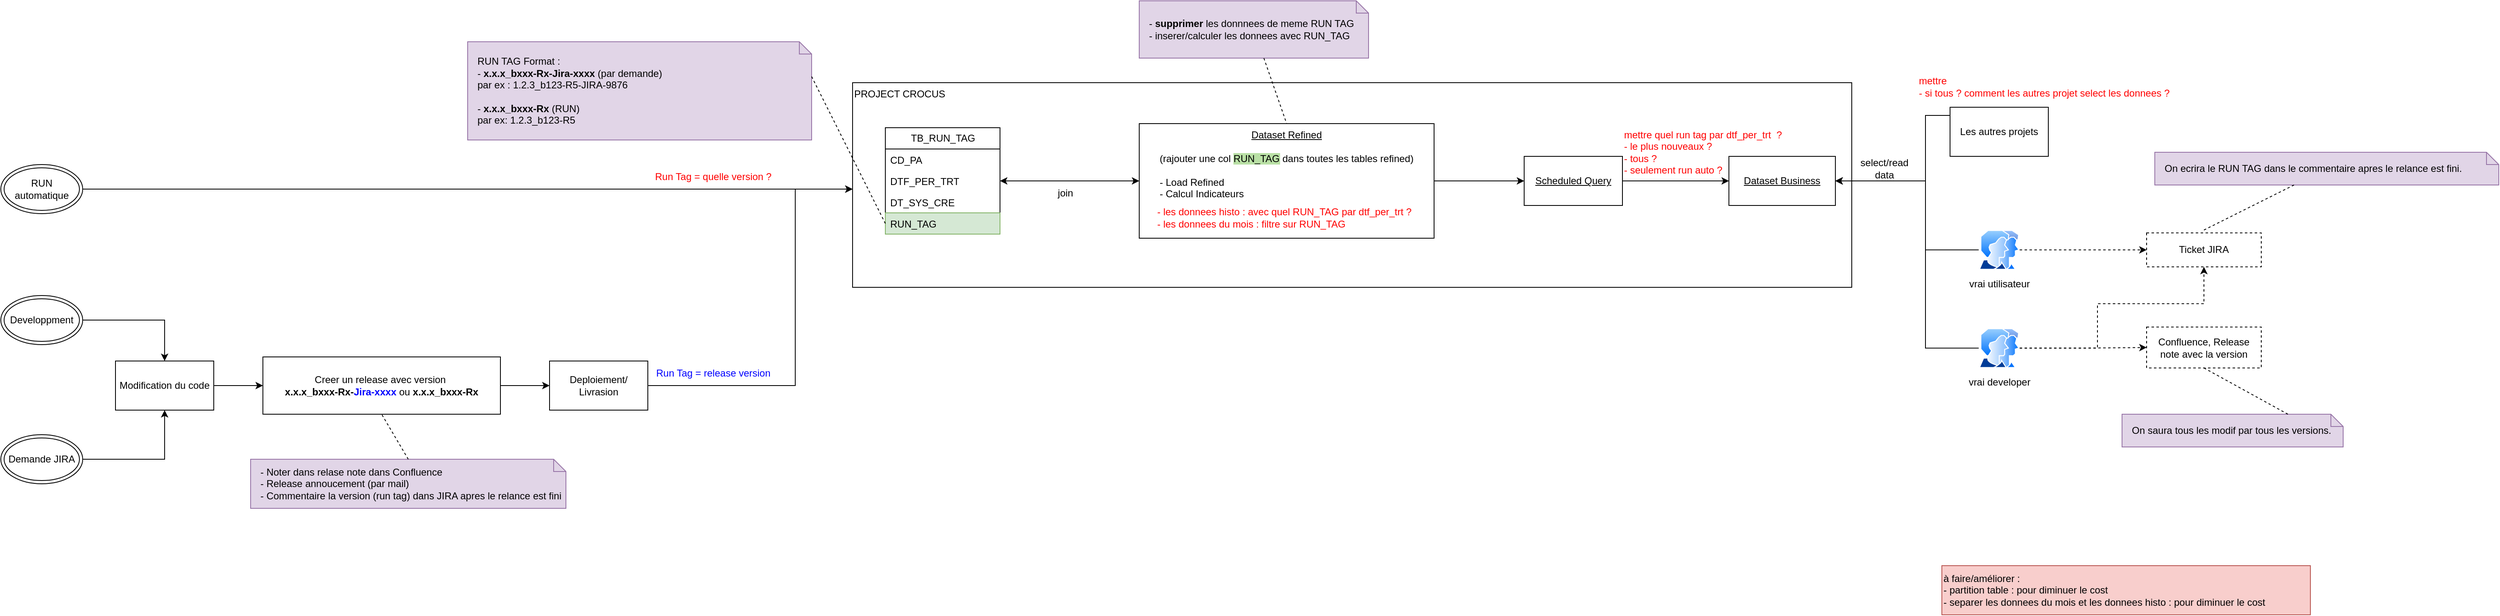
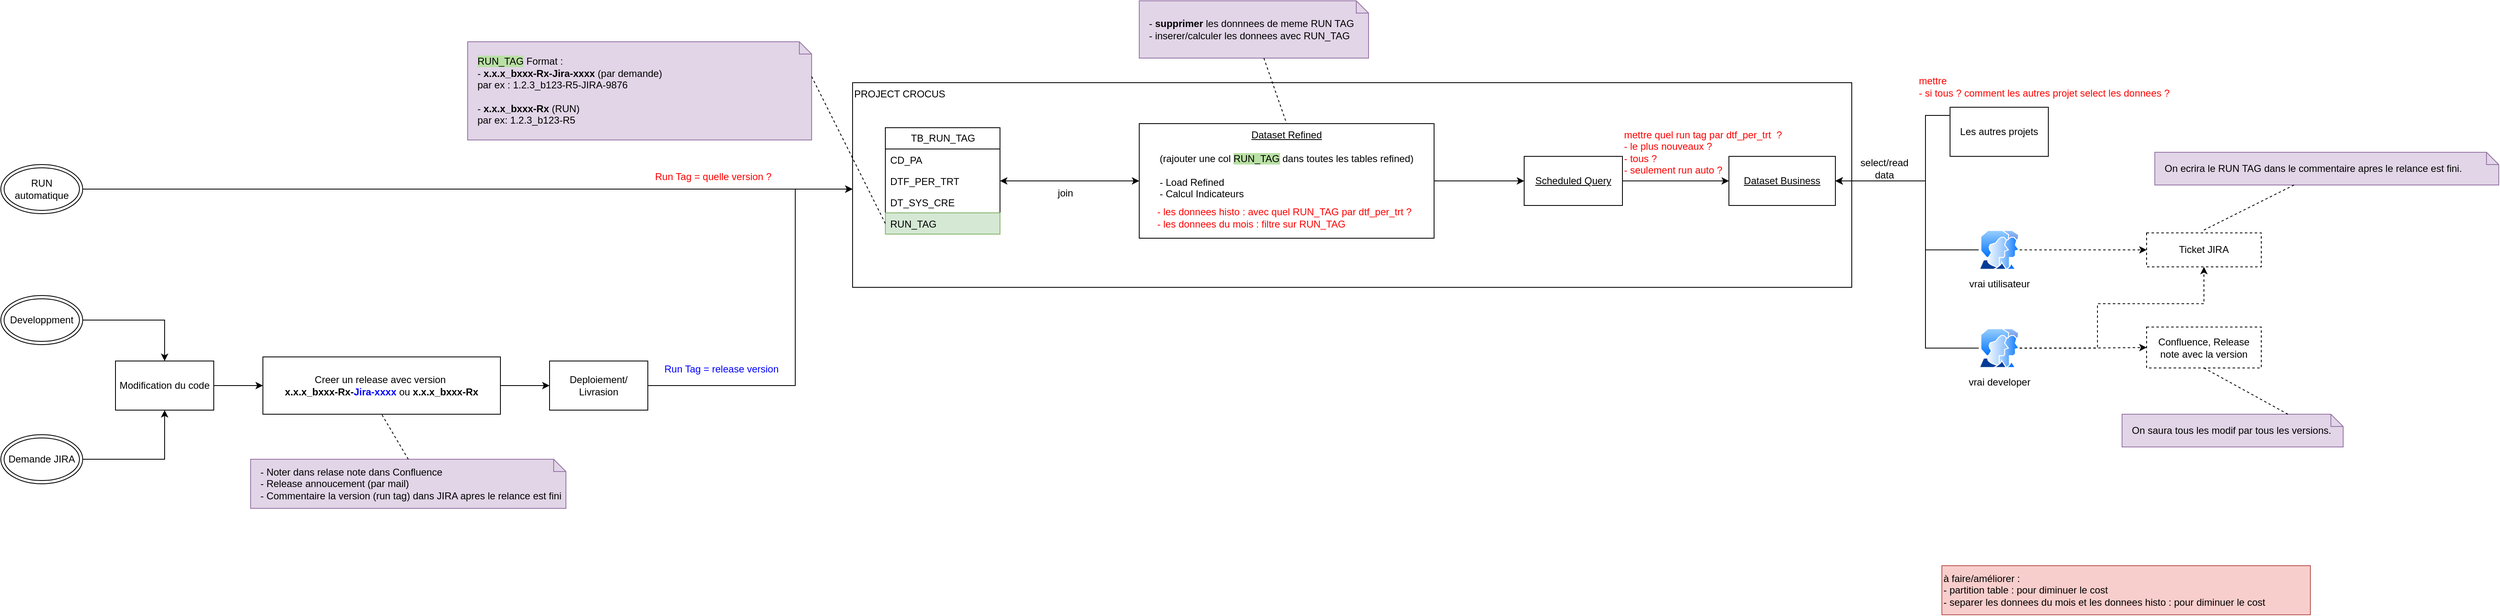
<mxfile host="app.diagrams.net">
  <diagram name="Page-1" id="bEAYSmEDHXBXhFzCy1HB">
    <mxGraphModel dx="2873" dy="1106" grid="1" gridSize="10" guides="1" tooltips="1" connect="1" arrows="1" fold="1" page="1" pageScale="1" pageWidth="827" pageHeight="1169" math="0" shadow="0">
      <root>
        <mxCell id="0" />
        <mxCell id="1" parent="0" />
        <mxCell id="QUzsFoNl6aFI_2ed8XXq-13" parent="1" style="rounded=0;whiteSpace=wrap;html=1;align=left;verticalAlign=top;" value="PROJECT CROCUS" vertex="1">
          <mxGeometry height="250" width="1220" x="380" y="140" as="geometry" />
        </mxCell>
        <mxCell id="QUzsFoNl6aFI_2ed8XXq-1" parent="1" style="swimlane;fontStyle=0;childLayout=stackLayout;horizontal=1;startSize=26;fillColor=none;horizontalStack=0;resizeParent=1;resizeParentMax=0;resizeLast=0;collapsible=1;marginBottom=0;html=1;" value="TB_RUN_TAG" vertex="1">
          <mxGeometry height="130" width="140" x="420" y="195" as="geometry" />
        </mxCell>
        <mxCell id="QUzsFoNl6aFI_2ed8XXq-2" parent="QUzsFoNl6aFI_2ed8XXq-1" style="text;strokeColor=none;fillColor=none;align=left;verticalAlign=top;spacingLeft=4;spacingRight=4;overflow=hidden;rotatable=0;points=[[0,0.5],[1,0.5]];portConstraint=eastwest;whiteSpace=wrap;html=1;" value="CD_PA" vertex="1">
          <mxGeometry height="26" width="140" y="26" as="geometry" />
        </mxCell>
        <mxCell id="QUzsFoNl6aFI_2ed8XXq-3" parent="QUzsFoNl6aFI_2ed8XXq-1" style="text;strokeColor=none;fillColor=none;align=left;verticalAlign=top;spacingLeft=4;spacingRight=4;overflow=hidden;rotatable=0;points=[[0,0.5],[1,0.5]];portConstraint=eastwest;whiteSpace=wrap;html=1;" value="DTF_PER_TRT" vertex="1">
          <mxGeometry height="26" width="140" y="52" as="geometry" />
        </mxCell>
        <mxCell id="QUzsFoNl6aFI_2ed8XXq-4" parent="QUzsFoNl6aFI_2ed8XXq-1" style="text;strokeColor=none;fillColor=none;align=left;verticalAlign=top;spacingLeft=4;spacingRight=4;overflow=hidden;rotatable=0;points=[[0,0.5],[1,0.5]];portConstraint=eastwest;whiteSpace=wrap;html=1;" value="DT_SYS_CRE" vertex="1">
          <mxGeometry height="26" width="140" y="78" as="geometry" />
        </mxCell>
        <mxCell id="QUzsFoNl6aFI_2ed8XXq-5" parent="QUzsFoNl6aFI_2ed8XXq-1" style="text;strokeColor=#82b366;fillColor=#d5e8d4;align=left;verticalAlign=top;spacingLeft=4;spacingRight=4;overflow=hidden;rotatable=0;points=[[0,0.5],[1,0.5]];portConstraint=eastwest;whiteSpace=wrap;html=1;" value="RUN_TAG" vertex="1">
          <mxGeometry height="26" width="140" y="104" as="geometry" />
        </mxCell>
-         <mxCell id="QUzsFoNl6aFI_2ed8XXq-7" parent="1" style="shape=note;size=15;align=left;spacingLeft=10;html=1;whiteSpace=wrap;fillColor=#e1d5e7;strokeColor=#9673a6;" value="RUN TAG Format :&amp;nbsp;&lt;div&gt;- &lt;b&gt;x.x.x_bxxx-Rx-Jira-xxxx&lt;/b&gt; (par demande)&amp;nbsp;&lt;/div&gt;&lt;div&gt;par ex : 1.2.3_b123-R5-JIRA-9876&lt;/div&gt;&lt;div&gt;&lt;br&gt;&lt;/div&gt;&lt;div&gt;-&lt;b&gt; x.x.x_bxxx-Rx&lt;/b&gt; (RUN)&lt;/div&gt;&lt;div&gt;&lt;span style=&quot;background-color: transparent; color: light-dark(rgb(0, 0, 0), rgb(255, 255, 255));&quot;&gt;par ex: 1.2.3_b123-R5&lt;/span&gt;&lt;/div&gt;" vertex="1">
+         <mxCell id="QUzsFoNl6aFI_2ed8XXq-7" parent="1" style="shape=note;size=15;align=left;spacingLeft=10;html=1;whiteSpace=wrap;fillColor=#e1d5e7;strokeColor=#9673a6;" value="&lt;span style=&quot;background-color: rgb(185, 224, 165);&quot;&gt;RUN_TAG&lt;/span&gt; Format :&amp;nbsp;&lt;div&gt;- &lt;b&gt;x.x.x_bxxx-Rx-Jira-xxxx&lt;/b&gt; (par demande)&amp;nbsp;&lt;/div&gt;&lt;div&gt;par ex : 1.2.3_b123-R5-JIRA-9876&lt;/div&gt;&lt;div&gt;&lt;br&gt;&lt;/div&gt;&lt;div&gt;-&lt;b&gt; x.x.x_bxxx-Rx&lt;/b&gt; (RUN)&lt;/div&gt;&lt;div&gt;&lt;span style=&quot;background-color: transparent; color: light-dark(rgb(0, 0, 0), rgb(255, 255, 255));&quot;&gt;par ex: 1.2.3_b123-R5&lt;/span&gt;&lt;/div&gt;" vertex="1">
          <mxGeometry height="120" width="420" x="-90" y="90" as="geometry" />
        </mxCell>
        <mxCell id="QUzsFoNl6aFI_2ed8XXq-8" edge="1" parent="1" source="QUzsFoNl6aFI_2ed8XXq-7" style="edgeStyle=none;endArrow=none;exitX=0;exitY=0;dashed=1;html=1;rounded=0;entryX=0;entryY=0.5;entryDx=0;entryDy=0;exitDx=420;exitDy=42.5;exitPerimeter=0;" target="QUzsFoNl6aFI_2ed8XXq-5" value="">
          <mxGeometry relative="1" x="1" as="geometry">
            <mxPoint x="590" y="660" as="targetPoint" />
          </mxGeometry>
        </mxCell>
        <mxCell id="QUzsFoNl6aFI_2ed8XXq-10" parent="1" style="rounded=0;whiteSpace=wrap;html=1;dashed=1;" value="Confluence, Release note avec la v&lt;span style=&quot;background-color: transparent; color: light-dark(rgb(0, 0, 0), rgb(255, 255, 255));&quot;&gt;ersion&lt;/span&gt;" vertex="1">
          <mxGeometry height="50" width="140" x="1960" y="438.5" as="geometry" />
        </mxCell>
        <mxCell id="QUzsFoNl6aFI_2ed8XXq-11" parent="1" style="rounded=0;whiteSpace=wrap;html=1;dashed=1;" value="Ticket JIRA" vertex="1">
          <mxGeometry height="41.5" width="140" x="1960" y="323.5" as="geometry" />
        </mxCell>
        <mxCell id="QUzsFoNl6aFI_2ed8XXq-42" edge="1" parent="1" source="QUzsFoNl6aFI_2ed8XXq-12" style="edgeStyle=orthogonalEdgeStyle;rounded=0;orthogonalLoop=1;jettySize=auto;html=1;entryX=1;entryY=0.5;entryDx=0;entryDy=0;startArrow=classic;startFill=1;" target="QUzsFoNl6aFI_2ed8XXq-3">
          <mxGeometry relative="1" as="geometry" />
        </mxCell>
        <mxCell id="QUzsFoNl6aFI_2ed8XXq-50" edge="1" parent="1" source="QUzsFoNl6aFI_2ed8XXq-12" style="edgeStyle=orthogonalEdgeStyle;rounded=0;orthogonalLoop=1;jettySize=auto;html=1;" target="QUzsFoNl6aFI_2ed8XXq-46">
          <mxGeometry relative="1" as="geometry">
            <Array as="points" />
          </mxGeometry>
        </mxCell>
        <mxCell id="QUzsFoNl6aFI_2ed8XXq-12" parent="1" style="rounded=0;whiteSpace=wrap;html=1;verticalAlign=top;" value="&lt;u&gt;Dataset Refined&lt;/u&gt;&lt;div&gt;&lt;u&gt;&lt;br&gt;&lt;/u&gt;&lt;div&gt;(rajouter une col &lt;span style=&quot;background-color: rgb(185, 224, 165);&quot;&gt;RUN_TAG&lt;/span&gt;&lt;span&gt; &lt;/span&gt;dans toutes les tables refined)&lt;/div&gt;&lt;div&gt;&lt;br&gt;&lt;/div&gt;&lt;div style=&quot;text-align: left;&quot;&gt;- Load Refined&amp;nbsp; &amp;nbsp; &amp;nbsp; &amp;nbsp;&lt;/div&gt;&lt;div style=&quot;text-align: left;&quot;&gt;- Calcul Indicateurs&lt;/div&gt;&lt;/div&gt;" vertex="1">
          <mxGeometry height="140" width="360" x="730" y="190" as="geometry" />
        </mxCell>
        <mxCell id="QUzsFoNl6aFI_2ed8XXq-27" edge="1" parent="1" source="QUzsFoNl6aFI_2ed8XXq-33" style="edgeStyle=orthogonalEdgeStyle;rounded=0;orthogonalLoop=1;jettySize=auto;html=1;entryX=0.5;entryY=0;entryDx=0;entryDy=0;" target="QUzsFoNl6aFI_2ed8XXq-23">
          <mxGeometry relative="1" as="geometry">
            <mxPoint x="-760" y="325" as="sourcePoint" />
          </mxGeometry>
        </mxCell>
        <mxCell id="QUzsFoNl6aFI_2ed8XXq-29" edge="1" parent="1" source="QUzsFoNl6aFI_2ed8XXq-34" style="edgeStyle=orthogonalEdgeStyle;rounded=0;orthogonalLoop=1;jettySize=auto;html=1;entryX=0.5;entryY=1;entryDx=0;entryDy=0;" target="QUzsFoNl6aFI_2ed8XXq-23">
          <mxGeometry relative="1" as="geometry">
            <mxPoint x="-820" y="785" as="sourcePoint" />
          </mxGeometry>
        </mxCell>
        <mxCell id="QUzsFoNl6aFI_2ed8XXq-19" parent="1" style="text;html=1;whiteSpace=wrap;strokeColor=none;fillColor=none;align=center;verticalAlign=middle;rounded=0;fontColor=#0000FF;" value="&lt;font style=&quot;color: rgb(255, 0, 0);&quot;&gt;Run Tag = quelle version ?&lt;/font&gt;" vertex="1">
          <mxGeometry height="30" width="200" x="110" y="240" as="geometry" />
        </mxCell>
        <mxCell id="QUzsFoNl6aFI_2ed8XXq-28" edge="1" parent="1" source="QUzsFoNl6aFI_2ed8XXq-23" style="edgeStyle=orthogonalEdgeStyle;rounded=0;orthogonalLoop=1;jettySize=auto;html=1;" target="QUzsFoNl6aFI_2ed8XXq-25">
          <mxGeometry relative="1" as="geometry" />
        </mxCell>
        <mxCell id="QUzsFoNl6aFI_2ed8XXq-23" parent="1" style="rounded=0;whiteSpace=wrap;html=1;" value="Modification du code" vertex="1">
          <mxGeometry height="60" width="120" x="-520" y="480" as="geometry" />
        </mxCell>
        <mxCell id="QUzsFoNl6aFI_2ed8XXq-31" edge="1" parent="1" source="QUzsFoNl6aFI_2ed8XXq-24" style="edgeStyle=orthogonalEdgeStyle;rounded=0;orthogonalLoop=1;jettySize=auto;html=1;" target="QUzsFoNl6aFI_2ed8XXq-13">
          <mxGeometry relative="1" as="geometry">
            <Array as="points">
              <mxPoint x="310" y="510" />
              <mxPoint x="310" y="270" />
            </Array>
          </mxGeometry>
        </mxCell>
        <mxCell id="QUzsFoNl6aFI_2ed8XXq-24" parent="1" style="rounded=0;whiteSpace=wrap;html=1;" value="Deploiement/ Livrasion" vertex="1">
          <mxGeometry height="60" width="120" x="10" y="480" as="geometry" />
        </mxCell>
        <mxCell id="QUzsFoNl6aFI_2ed8XXq-30" edge="1" parent="1" source="QUzsFoNl6aFI_2ed8XXq-25" style="edgeStyle=orthogonalEdgeStyle;rounded=0;orthogonalLoop=1;jettySize=auto;html=1;entryX=0;entryY=0.5;entryDx=0;entryDy=0;" target="QUzsFoNl6aFI_2ed8XXq-24">
          <mxGeometry relative="1" as="geometry" />
        </mxCell>
        <mxCell id="QUzsFoNl6aFI_2ed8XXq-25" parent="1" style="rounded=0;whiteSpace=wrap;html=1;" value="Creer un release avec version&amp;nbsp;&lt;div&gt;&lt;span style=&quot;text-align: left;&quot;&gt;&lt;b&gt;x.x.x_bxxx-Rx-&lt;font style=&quot;color: rgb(0, 0, 255);&quot;&gt;Jira-xxxx&lt;/font&gt;&lt;/b&gt; ou&amp;nbsp;&lt;/span&gt;&lt;span style=&quot;text-align: left;&quot;&gt;&lt;b&gt;x.x.x_bxxx-Rx&lt;/b&gt;&lt;/span&gt;&lt;/div&gt;" vertex="1">
          <mxGeometry height="70" width="290" x="-340" y="475" as="geometry" />
        </mxCell>
        <mxCell id="QUzsFoNl6aFI_2ed8XXq-33" parent="1" style="ellipse;shape=doubleEllipse;whiteSpace=wrap;html=1;" value="Developpment" vertex="1">
          <mxGeometry height="60" width="100" x="-660" y="400" as="geometry" />
        </mxCell>
        <mxCell id="QUzsFoNl6aFI_2ed8XXq-34" parent="1" style="ellipse;shape=doubleEllipse;whiteSpace=wrap;html=1;" value="Demande JIRA" vertex="1">
          <mxGeometry height="60" width="100" x="-660" y="570" as="geometry" />
        </mxCell>
        <mxCell id="QUzsFoNl6aFI_2ed8XXq-36" edge="1" parent="1" source="QUzsFoNl6aFI_2ed8XXq-35" style="edgeStyle=orthogonalEdgeStyle;rounded=0;orthogonalLoop=1;jettySize=auto;html=1;" target="QUzsFoNl6aFI_2ed8XXq-13">
          <mxGeometry relative="1" as="geometry">
            <Array as="points">
              <mxPoint x="40" y="270" />
              <mxPoint x="40" y="270" />
            </Array>
          </mxGeometry>
        </mxCell>
        <mxCell id="QUzsFoNl6aFI_2ed8XXq-35" parent="1" style="ellipse;shape=doubleEllipse;whiteSpace=wrap;html=1;" value="RUN automatique" vertex="1">
          <mxGeometry height="60" width="100" x="-660" y="240" as="geometry" />
        </mxCell>
        <mxCell id="QUzsFoNl6aFI_2ed8XXq-37" parent="1" style="text;html=1;whiteSpace=wrap;strokeColor=none;fillColor=none;align=center;verticalAlign=middle;rounded=0;fontColor=#0000FF;" value="Run Tag = release version" vertex="1">
-           <mxGeometry height="30" width="200" x="110" y="480" as="geometry" />
+           <mxGeometry height="30" width="200" x="120" y="475" as="geometry" />
        </mxCell>
        <mxCell id="QUzsFoNl6aFI_2ed8XXq-38" parent="1" style="shape=note;size=15;align=left;spacingLeft=10;html=1;whiteSpace=wrap;fillColor=#e1d5e7;strokeColor=#9673a6;" value="- Noter dans relase note dans Confluence&lt;div&gt;- Release annoucement (par mail)&lt;/div&gt;&lt;div&gt;- Commentaire la version (run tag) dans JIRA apres le relance est fini&lt;/div&gt;" vertex="1">
          <mxGeometry height="60" width="385" x="-355" y="600" as="geometry" />
        </mxCell>
        <mxCell id="QUzsFoNl6aFI_2ed8XXq-39" edge="1" parent="1" source="QUzsFoNl6aFI_2ed8XXq-38" style="edgeStyle=none;endArrow=none;exitX=0.5;exitY=0;dashed=1;html=1;rounded=0;entryX=0.5;entryY=1;entryDx=0;entryDy=0;exitDx=0;exitDy=0;exitPerimeter=0;" target="QUzsFoNl6aFI_2ed8XXq-25" value="">
          <mxGeometry relative="1" x="1" as="geometry">
            <mxPoint x="710" y="660" as="sourcePoint" />
            <mxPoint x="762" y="510" as="targetPoint" />
          </mxGeometry>
        </mxCell>
        <mxCell id="QUzsFoNl6aFI_2ed8XXq-40" parent="1" style="shape=note;size=15;align=left;spacingLeft=10;html=1;whiteSpace=wrap;fillColor=#e1d5e7;strokeColor=#9673a6;" value="- &lt;b&gt;supprimer &lt;/b&gt;les donnnees de meme RUN TAG&lt;div&gt;- inserer/calculer les donnees avec RUN_TAG&lt;/div&gt;" vertex="1">
          <mxGeometry height="70" width="280" x="730" y="40" as="geometry" />
        </mxCell>
        <mxCell id="QUzsFoNl6aFI_2ed8XXq-41" edge="1" parent="1" source="QUzsFoNl6aFI_2ed8XXq-40" style="edgeStyle=none;endArrow=none;dashed=1;html=1;rounded=0;entryX=0.5;entryY=0;entryDx=0;entryDy=0;" target="QUzsFoNl6aFI_2ed8XXq-12" value="">
          <mxGeometry relative="1" x="1" as="geometry">
            <mxPoint x="720" y="650" as="sourcePoint" />
            <mxPoint x="772" y="500" as="targetPoint" />
          </mxGeometry>
        </mxCell>
        <mxCell id="QUzsFoNl6aFI_2ed8XXq-43" parent="1" style="text;html=1;whiteSpace=wrap;strokeColor=none;fillColor=none;align=left;verticalAlign=middle;rounded=0;" value="&lt;font style=&quot;color: rgb(255, 0, 0);&quot;&gt;- les donnees histo : avec quel RUN_TAG par dtf_per_trt ?&lt;/font&gt;&lt;div&gt;&lt;font style=&quot;color: rgb(255, 0, 0);&quot;&gt;- les donnees du mois : f&lt;/font&gt;&lt;span style=&quot;color: light-dark(rgb(255, 0, 0), rgb(255, 144, 144)); background-color: transparent;&quot;&gt;iltre sur RUN_TAG&lt;/span&gt;&lt;/div&gt;" vertex="1">
          <mxGeometry height="30" width="330" x="750" y="290" as="geometry" />
        </mxCell>
        <mxCell id="QUzsFoNl6aFI_2ed8XXq-45" parent="1" style="rounded=0;whiteSpace=wrap;html=1;" value="&lt;u&gt;Dataset Business&lt;/u&gt;" vertex="1">
          <mxGeometry height="60" width="130" x="1450" y="230" as="geometry" />
        </mxCell>
        <mxCell id="QUzsFoNl6aFI_2ed8XXq-48" edge="1" parent="1" source="QUzsFoNl6aFI_2ed8XXq-46" style="edgeStyle=orthogonalEdgeStyle;rounded=0;orthogonalLoop=1;jettySize=auto;html=1;" target="QUzsFoNl6aFI_2ed8XXq-45">
          <mxGeometry relative="1" as="geometry" />
        </mxCell>
        <mxCell id="QUzsFoNl6aFI_2ed8XXq-46" parent="1" style="rounded=0;whiteSpace=wrap;html=1;" value="&lt;u&gt;Scheduled Query&lt;/u&gt;" vertex="1">
          <mxGeometry height="60" width="120" x="1200" y="230" as="geometry" />
        </mxCell>
        <mxCell id="QUzsFoNl6aFI_2ed8XXq-51" parent="1" style="text;html=1;whiteSpace=wrap;strokeColor=none;fillColor=none;align=left;verticalAlign=middle;rounded=0;fontColor=#FF0000;" value="mettre quel run tag par dtf_per_trt&amp;nbsp;&amp;nbsp;?&amp;nbsp;&lt;div&gt;- le plus nouveaux ?&lt;/div&gt;&lt;div&gt;- tous ?&lt;/div&gt;&lt;div&gt;- seulement run auto ?&lt;/div&gt;" vertex="1">
          <mxGeometry height="30" width="370" x="1320" y="210" as="geometry" />
        </mxCell>
        <mxCell id="QUzsFoNl6aFI_2ed8XXq-59" edge="1" parent="1" source="QUzsFoNl6aFI_2ed8XXq-52" style="edgeStyle=orthogonalEdgeStyle;rounded=0;orthogonalLoop=1;jettySize=auto;html=1;entryX=1;entryY=0.5;entryDx=0;entryDy=0;" target="QUzsFoNl6aFI_2ed8XXq-45">
          <mxGeometry relative="1" as="geometry">
            <Array as="points">
              <mxPoint x="1690" y="180" />
              <mxPoint x="1690" y="260" />
            </Array>
          </mxGeometry>
        </mxCell>
        <mxCell id="QUzsFoNl6aFI_2ed8XXq-52" parent="1" style="rounded=0;whiteSpace=wrap;html=1;" value="Les autres projets" vertex="1">
          <mxGeometry height="60" width="120" x="1720" y="170" as="geometry" />
        </mxCell>
        <mxCell id="QUzsFoNl6aFI_2ed8XXq-58" edge="1" parent="1" source="QUzsFoNl6aFI_2ed8XXq-57" style="edgeStyle=orthogonalEdgeStyle;rounded=0;orthogonalLoop=1;jettySize=auto;html=1;entryX=1;entryY=0.5;entryDx=0;entryDy=0;" target="QUzsFoNl6aFI_2ed8XXq-45">
          <mxGeometry relative="1" as="geometry">
            <Array as="points">
              <mxPoint x="1690" y="344" />
              <mxPoint x="1690" y="260" />
            </Array>
          </mxGeometry>
        </mxCell>
        <mxCell id="QUzsFoNl6aFI_2ed8XXq-65" edge="1" parent="1" source="QUzsFoNl6aFI_2ed8XXq-57" style="edgeStyle=orthogonalEdgeStyle;rounded=0;orthogonalLoop=1;jettySize=auto;html=1;dashed=1;" target="QUzsFoNl6aFI_2ed8XXq-11">
          <mxGeometry relative="1" as="geometry" />
        </mxCell>
        <mxCell id="QUzsFoNl6aFI_2ed8XXq-57" parent="1" style="image;aspect=fixed;perimeter=ellipsePerimeter;html=1;align=center;shadow=0;dashed=0;spacingTop=3;image=img/lib/active_directory/user_accounts.svg;" value="vrai utilisateur" vertex="1">
          <mxGeometry height="48.5" width="50" x="1755" y="320" as="geometry" />
        </mxCell>
        <mxCell id="QUzsFoNl6aFI_2ed8XXq-60" parent="1" style="text;html=1;whiteSpace=wrap;strokeColor=none;fillColor=none;align=center;verticalAlign=middle;rounded=0;" value="select/read data" vertex="1">
          <mxGeometry height="30" width="60" x="1610" y="230" as="geometry" />
        </mxCell>
        <mxCell id="QUzsFoNl6aFI_2ed8XXq-63" edge="1" parent="1" source="QUzsFoNl6aFI_2ed8XXq-62" style="edgeStyle=orthogonalEdgeStyle;rounded=0;orthogonalLoop=1;jettySize=auto;html=1;entryX=1;entryY=0.5;entryDx=0;entryDy=0;" target="QUzsFoNl6aFI_2ed8XXq-45">
          <mxGeometry relative="1" as="geometry">
            <Array as="points">
              <mxPoint x="1690" y="464" />
              <mxPoint x="1690" y="260" />
            </Array>
          </mxGeometry>
        </mxCell>
        <mxCell id="QUzsFoNl6aFI_2ed8XXq-66" edge="1" parent="1" source="QUzsFoNl6aFI_2ed8XXq-62" style="edgeStyle=orthogonalEdgeStyle;rounded=0;orthogonalLoop=1;jettySize=auto;html=1;dashed=1;" target="QUzsFoNl6aFI_2ed8XXq-10">
          <mxGeometry relative="1" as="geometry" />
        </mxCell>
        <mxCell id="QUzsFoNl6aFI_2ed8XXq-68" edge="1" parent="1" source="QUzsFoNl6aFI_2ed8XXq-62" style="edgeStyle=orthogonalEdgeStyle;rounded=0;orthogonalLoop=1;jettySize=auto;html=1;entryX=0.5;entryY=1;entryDx=0;entryDy=0;dashed=1;" target="QUzsFoNl6aFI_2ed8XXq-11">
          <mxGeometry relative="1" as="geometry">
            <Array as="points">
              <mxPoint x="1900" y="464" />
              <mxPoint x="1900" y="410" />
              <mxPoint x="2030" y="410" />
            </Array>
          </mxGeometry>
        </mxCell>
        <mxCell id="QUzsFoNl6aFI_2ed8XXq-62" parent="1" style="image;aspect=fixed;perimeter=ellipsePerimeter;html=1;align=center;shadow=0;dashed=0;spacingTop=3;image=img/lib/active_directory/user_accounts.svg;" value="vrai developer" vertex="1">
          <mxGeometry height="48.5" width="50" x="1755" y="440" as="geometry" />
        </mxCell>
        <mxCell id="QUzsFoNl6aFI_2ed8XXq-69" parent="1" style="shape=note;size=15;align=left;spacingLeft=10;html=1;whiteSpace=wrap;fillColor=#e1d5e7;strokeColor=#9673a6;" value="On ecrira le RUN TAG dans le commentaire apres le relance est fini." vertex="1">
          <mxGeometry height="40" width="420" x="1970" y="225" as="geometry" />
        </mxCell>
        <mxCell id="QUzsFoNl6aFI_2ed8XXq-70" edge="1" parent="1" source="QUzsFoNl6aFI_2ed8XXq-69" style="edgeStyle=none;endArrow=none;dashed=1;html=1;rounded=0;" value="">
          <mxGeometry relative="1" x="1" as="geometry">
            <mxPoint x="970" y="210" as="sourcePoint" />
            <mxPoint x="2030" y="320" as="targetPoint" />
          </mxGeometry>
        </mxCell>
        <mxCell id="QUzsFoNl6aFI_2ed8XXq-71" parent="1" style="shape=note;size=15;align=left;spacingLeft=10;html=1;whiteSpace=wrap;fillColor=#e1d5e7;strokeColor=#9673a6;" value="On saura tous les modif par tous les versions." vertex="1">
          <mxGeometry height="40" width="270" x="1930" y="545" as="geometry" />
        </mxCell>
        <mxCell id="QUzsFoNl6aFI_2ed8XXq-72" edge="1" parent="1" source="QUzsFoNl6aFI_2ed8XXq-71" style="edgeStyle=none;endArrow=none;dashed=1;html=1;rounded=0;entryX=0.5;entryY=1;entryDx=0;entryDy=0;exitX=0;exitY=0;exitDx=202.5;exitDy=0;exitPerimeter=0;" target="QUzsFoNl6aFI_2ed8XXq-10" value="">
          <mxGeometry relative="1" x="1" as="geometry">
            <mxPoint x="2180" y="470" as="sourcePoint" />
            <mxPoint x="2070" y="525" as="targetPoint" />
          </mxGeometry>
        </mxCell>
        <mxCell id="QUzsFoNl6aFI_2ed8XXq-73" parent="1" style="text;html=1;whiteSpace=wrap;strokeColor=none;fillColor=none;align=left;verticalAlign=middle;rounded=0;fontColor=#FF0000;" value="mettre&amp;nbsp;&lt;div&gt;&lt;span style=&quot;background-color: transparent; color: light-dark(rgb(255, 0, 0), rgb(255, 144, 144));&quot;&gt;- si tous ? comment les autres projet select les donnees ?&lt;/span&gt;&lt;/div&gt;" vertex="1">
          <mxGeometry height="30" width="370" x="1680" y="130" as="geometry" />
        </mxCell>
        <mxCell id="QUzsFoNl6aFI_2ed8XXq-74" parent="1" style="rounded=0;whiteSpace=wrap;html=1;align=left;fillColor=#f8cecc;strokeColor=#b85450;" value="à faire/améliorer :&lt;div&gt;- partition table : pour diminuer le cost&lt;/div&gt;&lt;div&gt;- separer les donnees du mois et les donnees histo&amp;nbsp;&lt;span style=&quot;background-color: transparent; color: light-dark(rgb(0, 0, 0), rgb(255, 255, 255));&quot;&gt;: pour diminuer le cost&lt;/span&gt;&lt;/div&gt;" vertex="1">
          <mxGeometry height="60" width="450" x="1710" y="730" as="geometry" />
        </mxCell>
        <mxCell id="QUzsFoNl6aFI_2ed8XXq-76" parent="1" style="text;html=1;whiteSpace=wrap;strokeColor=none;fillColor=none;align=center;verticalAlign=middle;rounded=0;" value="join" vertex="1">
          <mxGeometry height="30" width="60" x="610" y="260" as="geometry" />
        </mxCell>
      </root>
    </mxGraphModel>
  </diagram>
</mxfile>
